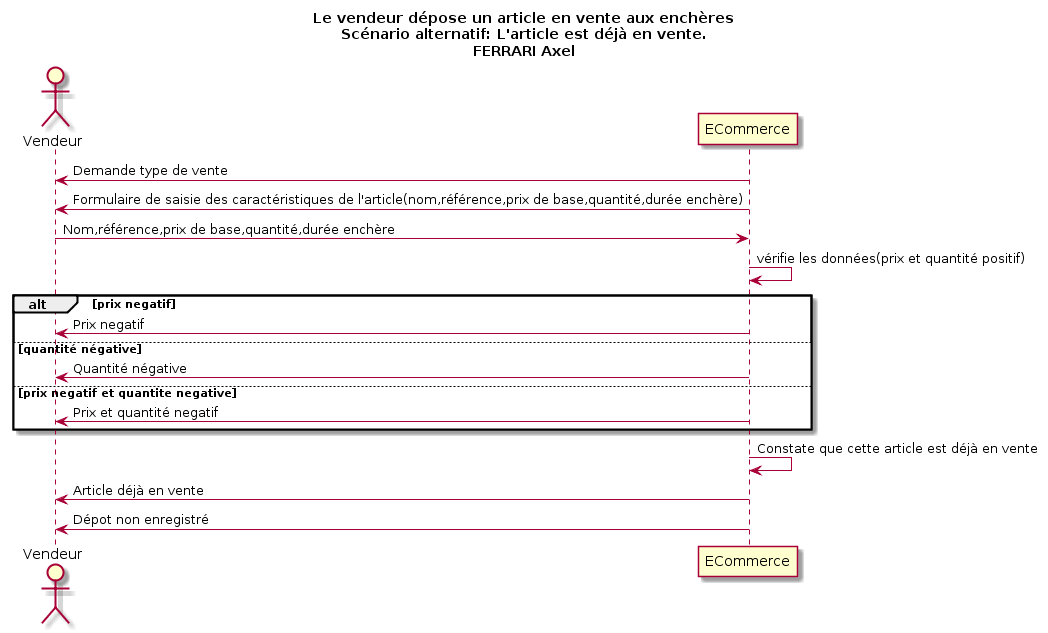
Before: DiagSequence/Vendeur/Deposer un article/Deposer un article en vente aux enchères L article est deja en vente.png, a diagram exported from PlantUML (Moinketroa/Ebayz).
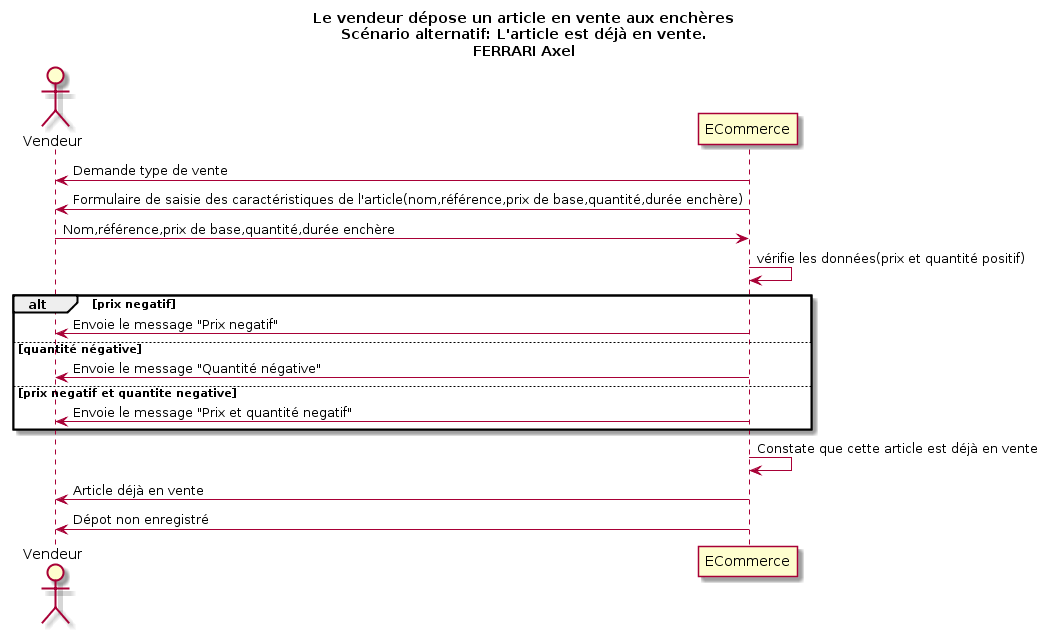
The same file after the commit.

What changed in the source:
```diff
@@ -9,11 +9,11 @@
 
 a -> a : vérifie les données(prix et quantité positif)
 alt prix negatif
-	v <- a : Prix negatif
+	v <- a : Envoie le message "Prix negatif"
 else quantité négative
-	v <- a : Quantité négative
+	v <- a : Envoie le message "Quantité négative"
 else prix negatif et quantite negative
-	v <- a : Prix et quantité negatif
+	v <- a : Envoie le message "Prix et quantité negatif"
 end
 a -> a : Constate que cette article est déjà en vente
 v <- a : Article déjà en vente
```
